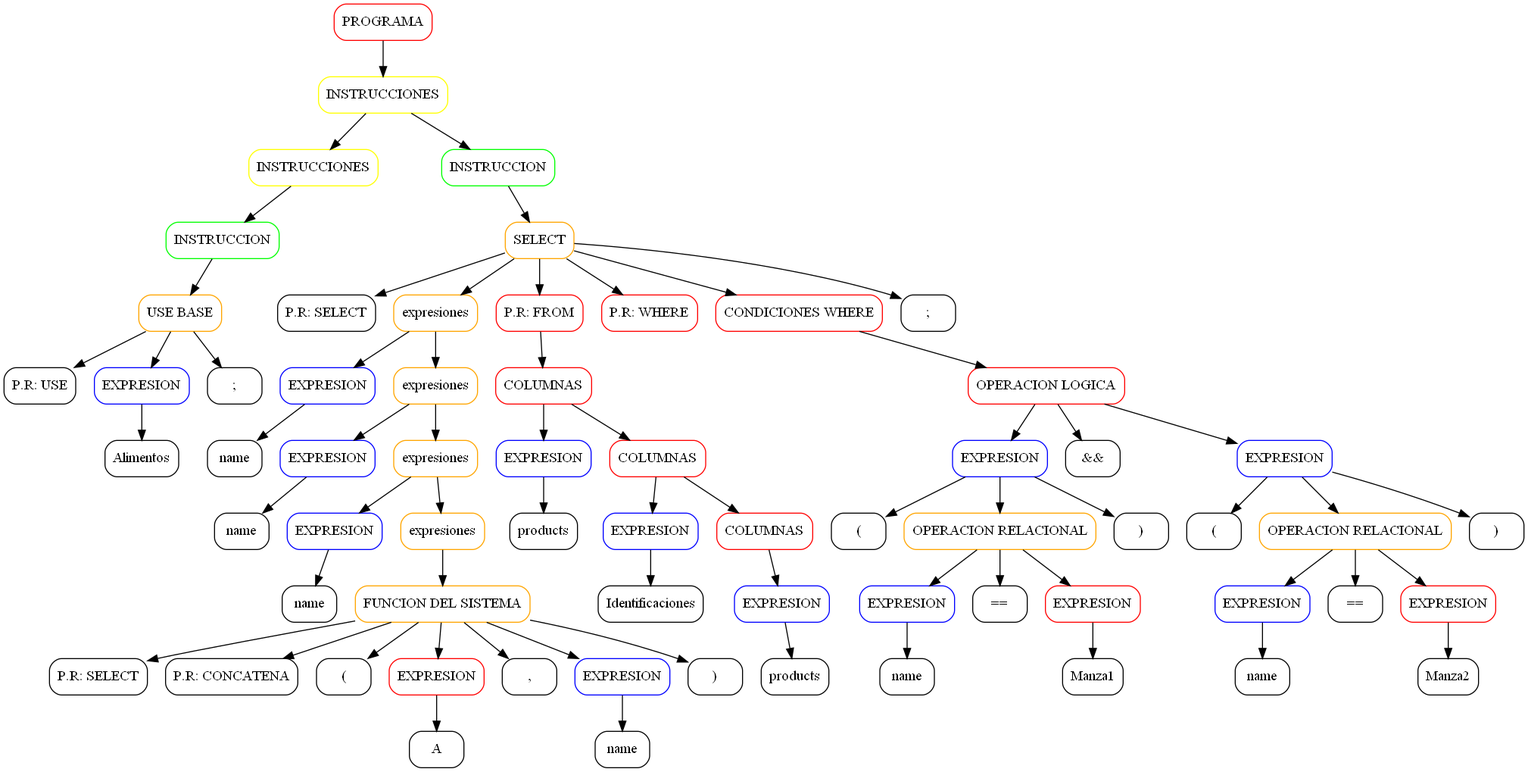
The Graphviz diagram REPORTES/ARBOL/Query1.png in Eduardo1232000/OLC2-Proyecto1-3013805890101-2253625030901, before a commit. Its source is kept beside it as REPORTES/ARBOL/Query1.dot.
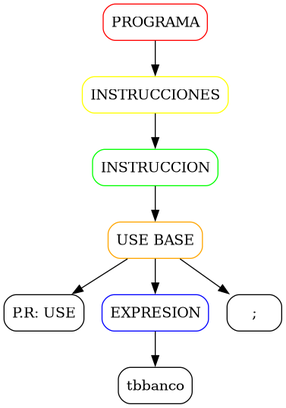
Above is the later version.

The edit, as a diff of the source:
```diff
@@ -1,132 +1,18 @@
 digraph AST {
 node [shape=box, style=rounded];
-n304835561[label="PROGRAMA" color="red"];
-n854086298[label="INSTRUCCIONES" color="yellow"];
-n3271418835[label="INSTRUCCIONES" color="yellow"];
-n9239052826[label="INSTRUCCION" color="green"];
-n592395920[label="USE BASE" color="orange"];
-n3776908443[label="P.R: USE" color="black"];
-n592395920 -> n3776908443;
-n5041278485[label="EXPRESION" color="blue"];
-n4696960486[label="Alimentos" color="black"];
-n5041278485 -> n4696960486;
-n592395920 -> n5041278485;
-n6708772140[label=";" color="black"];
-n592395920 -> n6708772140;
-n9239052826 -> n592395920;
-n3271418835 -> n9239052826;
-n854086298 -> n3271418835;
-n4913623944[label="INSTRUCCION" color="green"];
-n6045179247[label="SELECT" color="ORANGE"];
-n4892068501[label="P.R: SELECT" color="black"];
-n6045179247 -> n4892068501;
-n1400454394[label="expresiones" color="ORANGE"];
-n4825058019[label="EXPRESION" color="blue"];
-n996822011[label="name" color="black"];
-n4825058019 -> n996822011;
-n1400454394 -> n4825058019;
-n384580214[label="expresiones" color="ORANGE"];
-n6207276029[label="EXPRESION" color="blue"];
-n5340672426[label="name" color="black"];
-n6207276029 -> n5340672426;
-n384580214 -> n6207276029;
-n8730947817[label="expresiones" color="ORANGE"];
-n2839041062[label="EXPRESION" color="blue"];
-n2700061818[label="name" color="black"];
-n2839041062 -> n2700061818;
-n8730947817 -> n2839041062;
-n5286184348[label="expresiones" color="ORANGE"];
-n9757125588[label="FUNCION DEL SISTEMA" color="ORANGE"];
-n8611812489[label="P.R: SELECT" color="black"];
-n9757125588 -> n8611812489;
-n5461343717[label="P.R: CONCATENA" color="black"];
-n9757125588 -> n5461343717;
-n2571965965[label="(" color="black"];
-n9757125588 -> n2571965965;
-n5259605929[label="EXPRESION" color="red"];
-n3628351277[label="A" color="black"];
-n5259605929 -> n3628351277;
-n9757125588 -> n5259605929;
-n4902537153[label="," color="black"];
-n9757125588 -> n4902537153;
-n5435718769[label="EXPRESION" color="blue"];
-n5602721836[label="name" color="black"];
-n5435718769 -> n5602721836;
-n9757125588 -> n5435718769;
-n6489729917[label=")" color="black"];
-n9757125588 -> n6489729917;
-n5286184348 -> n9757125588;
-n8730947817 -> n5286184348;
-n384580214 -> n8730947817;
-n1400454394 -> n384580214;
-n6045179247 -> n1400454394;
-n9570268389[label="P.R: FROM" color="red"];
-n8683395020[label="COLUMNAS" color="red"];
-n4007949557[label="EXPRESION" color="blue"];
-n7033670262[label="products" color="black"];
-n4007949557 -> n7033670262;
-n8683395020 -> n4007949557;
-n5433109382[label="COLUMNAS" color="red"];
-n6382721175[label="EXPRESION" color="blue"];
-n855527845[label="Identificaciones" color="black"];
-n6382721175 -> n855527845;
-n5433109382 -> n6382721175;
-n6188419491[label="COLUMNAS" color="red"];
-n7418752950[label="EXPRESION" color="blue"];
-n6305317958[label="products" color="black"];
-n7418752950 -> n6305317958;
-n6188419491 -> n7418752950;
-n5433109382 -> n6188419491;
-n8683395020 -> n5433109382;
-n9570268389 -> n8683395020;
-n6045179247 -> n9570268389;
-n3669581541[label="P.R: WHERE" color="red"];
-n6045179247 -> n3669581541;
-n1759013593[label="CONDICIONES WHERE" color="red"];
-n474708463[label="OPERACION LOGICA" color="red"];
-n8121348376[label="EXPRESION" color="blue"];
-n338147114[label="(" color="black"];
-n8121348376 -> n338147114;
-n686056758[label="OPERACION RELACIONAL" color="orange"];
-n9067474028[label="EXPRESION" color="blue"];
-n9338340325[label="name" color="black"];
-n9067474028 -> n9338340325;
-n686056758 -> n9067474028;
-n3049288986[label="==" color="black"];
-n686056758 -> n3049288986;
-n5935851123[label="EXPRESION" color="red"];
-n9315869964[label="Manza1" color="black"];
-n5935851123 -> n9315869964;
-n686056758 -> n5935851123;
-n8121348376 -> n686056758;
-n8852199506[label=")" color="black"];
-n8121348376 -> n8852199506;
-n474708463 -> n8121348376;
-n3537353135[label="&&" color="black"];
-n474708463 -> n3537353135;
-n737419807[label="EXPRESION" color="blue"];
-n3735931875[label="(" color="black"];
-n737419807 -> n3735931875;
-n5415890179[label="OPERACION RELACIONAL" color="orange"];
-n3677450135[label="EXPRESION" color="blue"];
-n8669384247[label="name" color="black"];
-n3677450135 -> n8669384247;
-n5415890179 -> n3677450135;
-n5413997442[label="==" color="black"];
-n5415890179 -> n5413997442;
-n1637447634[label="EXPRESION" color="red"];
-n7986565868[label="Manza2" color="black"];
-n1637447634 -> n7986565868;
-n5415890179 -> n1637447634;
-n737419807 -> n5415890179;
-n9095991078[label=")" color="black"];
-n737419807 -> n9095991078;
-n474708463 -> n737419807;
-n1759013593 -> n474708463;
-n6045179247 -> n1759013593;
-n5011771079[label=";" color="black"];
-n6045179247 -> n5011771079;
-n4913623944 -> n6045179247;
-n854086298 -> n4913623944;
-n304835561 -> n854086298;
+n2254715124[label="PROGRAMA" color="red"];
+n5668311618[label="INSTRUCCIONES" color="yellow"];
+n2711371683[label="INSTRUCCION" color="green"];
+n191844606[label="USE BASE" color="orange"];
+n9643149237[label="P.R: USE" color="black"];
+n191844606 -> n9643149237;
+n943279297[label="EXPRESION" color="blue"];
+n682826129[label="tbbanco" color="black"];
+n943279297 -> n682826129;
+n191844606 -> n943279297;
+n5730323754[label=";" color="black"];
+n191844606 -> n5730323754;
+n2711371683 -> n191844606;
+n5668311618 -> n2711371683;
+n2254715124 -> n5668311618;
 }
```
